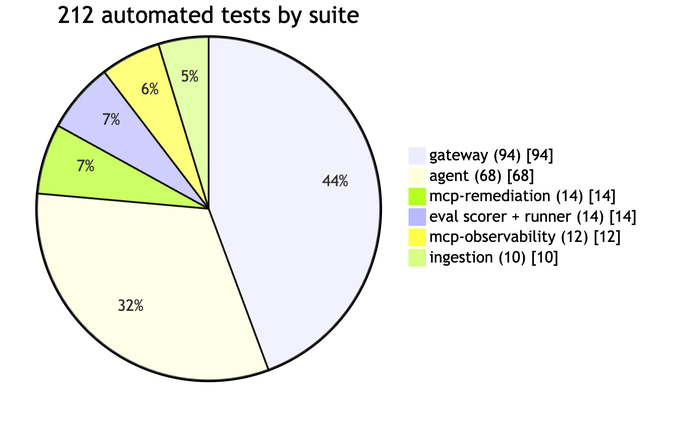
Before: docs/handbook/images/14-chart-tests-by-suite.png, a diagram exported from Mermaid (abdulmdev/sentinel-incident-copilot). Its source is kept beside it as docs/handbook/diagrams/14-chart-tests-by-suite.mmd.
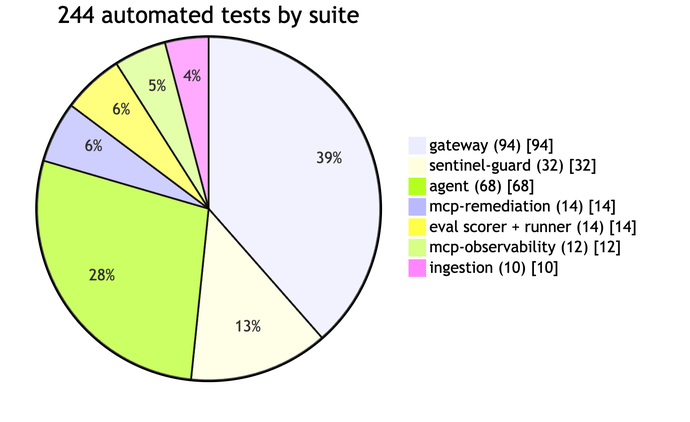
Later version of the same file.

Change to the diagram source:
```diff
@@ -1,6 +1,7 @@
 pie showData
-  title 212 automated tests by suite
+  title 244 automated tests by suite
   "gateway (94)" : 94
+  "sentinel-guard (32)" : 32
   "agent (68)" : 68
   "mcp-remediation (14)" : 14
   "eval scorer + runner (14)" : 14
```
